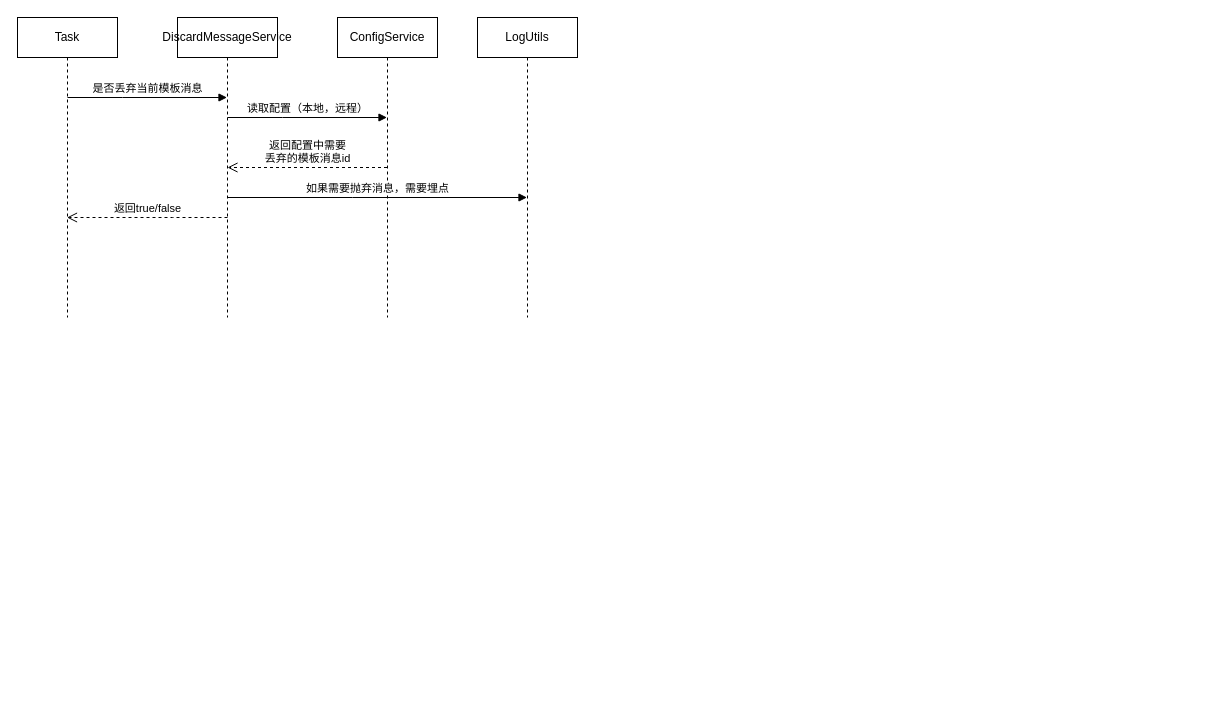
Earlier version of the draw.io diagram austin流程分析.drawio (moonckk/drawio). Source tidied: cells renumbered, new cells numbered last; positions are measured from the earlier drawing's top-left corner, leaving out a move shared by most shapes. Both pictures are drawn from the tidied source at 100%, with x=0, y=0 at pixel (17, 17).
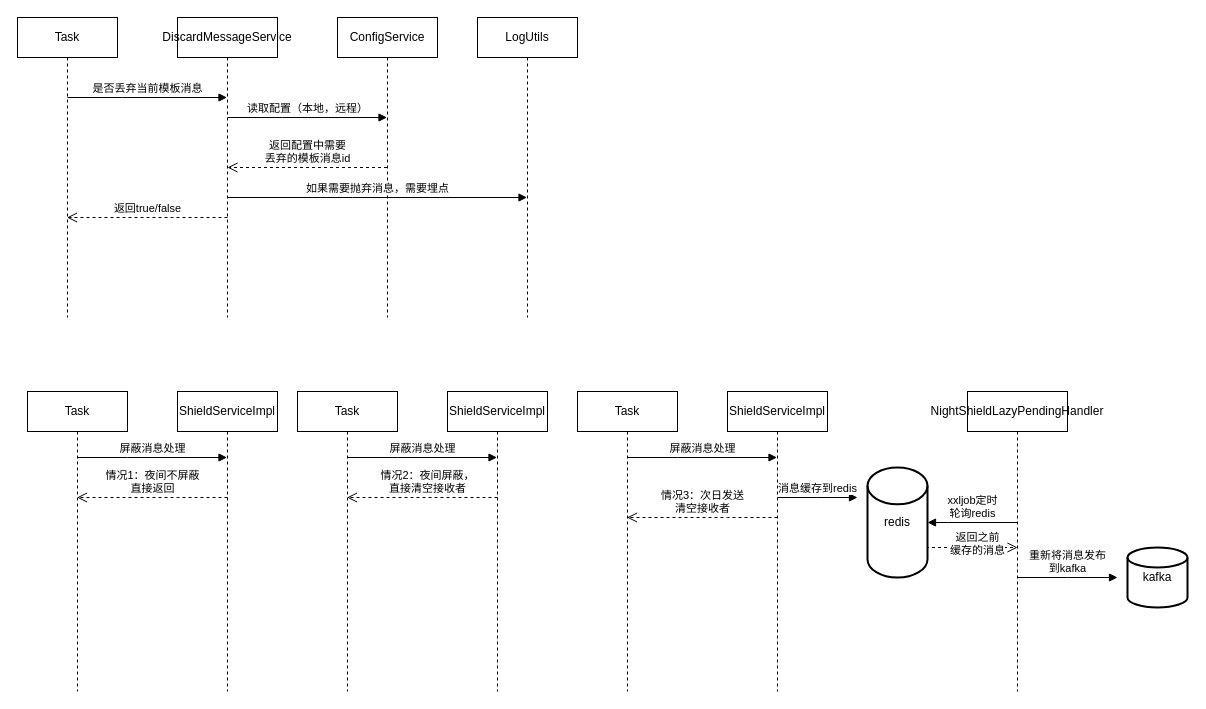
The same diagram, later.

Commit message (it also covers changes not shown here):
更新austin流程分析.drawio

Diff of the diagram source:
```diff
@@
+    <mxCell id="11" value="Task" style="shape=umlLifeline;perimeter=lifelinePerimeter;whiteSpace=wrap;html=1;outlineConnect=0;portConstraint=eastwest;newEdgeStyle={&quot;edgeStyle&quot;:&quot;elbowEdgeStyle&quot;,&quot;elbow&quot;:&quot;vertical&quot;,&quot;curved&quot;:0,&quot;rounded&quot;:0};" parent="1" vertex="1">
+      <mxGeometry x="10" y="374" width="100" height="300" as="geometry" />
+    </mxCell>
+    <mxCell id="12" value="ShieldServiceImpl" style="shape=umlLifeline;perimeter=lifelinePerimeter;whiteSpace=wrap;html=1;outlineConnect=0;portConstraint=eastwest;newEdgeStyle={&quot;edgeStyle&quot;:&quot;elbowEdgeStyle&quot;,&quot;elbow&quot;:&quot;vertical&quot;,&quot;curved&quot;:0,&quot;rounded&quot;:0};" parent="1" vertex="1">
+      <mxGeometry x="160" y="374" width="100" height="300" as="geometry" />
+    </mxCell>
+    <mxCell id="13" value="屏蔽消息处理" style="html=1;verticalAlign=bottom;endArrow=block;edgeStyle=elbowEdgeStyle;elbow=vertical;curved=0;rounded=0;" parent="1" edge="1" target="12">
+      <mxGeometry relative="1" as="geometry">
+        <mxPoint x="60" y="440" as="sourcePoint" />
+      </mxGeometry>
+    </mxCell>
+    <mxCell id="14" value="情况1：夜间不屏蔽&lt;br&gt;直接返回" style="html=1;verticalAlign=bottom;endArrow=open;dashed=1;endSize=8;edgeStyle=elbowEdgeStyle;elbow=vertical;curved=0;rounded=0;" parent="1" edge="1" target="11">
+      <mxGeometry relative="1" as="geometry">
+        <mxPoint x="210" y="480" as="sourcePoint" />
+      </mxGeometry>
+    </mxCell>
+    <mxCell id="15" value="Task" style="shape=umlLifeline;perimeter=lifelinePerimeter;whiteSpace=wrap;html=1;outlineConnect=0;portConstraint=eastwest;newEdgeStyle={&quot;edgeStyle&quot;:&quot;elbowEdgeStyle&quot;,&quot;elbow&quot;:&quot;vertical&quot;,&quot;curved&quot;:0,&quot;rounded&quot;:0};" parent="1" vertex="1">
+      <mxGeometry x="280" y="374" width="100" height="300" as="geometry" />
+    </mxCell>
+    <mxCell id="16" value="ShieldServiceImpl" style="shape=umlLifeline;perimeter=lifelinePerimeter;whiteSpace=wrap;html=1;outlineConnect=0;portConstraint=eastwest;newEdgeStyle={&quot;edgeStyle&quot;:&quot;elbowEdgeStyle&quot;,&quot;elbow&quot;:&quot;vertical&quot;,&quot;curved&quot;:0,&quot;rounded&quot;:0};" parent="1" vertex="1">
+      <mxGeometry x="430" y="374" width="100" height="300" as="geometry" />
+    </mxCell>
+    <mxCell id="17" value="屏蔽消息处理" style="html=1;verticalAlign=bottom;endArrow=block;edgeStyle=elbowEdgeStyle;elbow=vertical;curved=0;rounded=0;" parent="1" edge="1" target="16">
+      <mxGeometry relative="1" as="geometry">
+        <mxPoint x="330" y="440" as="sourcePoint" />
+      </mxGeometry>
+    </mxCell>
+    <mxCell id="18" value="情况2：夜间屏蔽，&lt;br&gt;直接清空接收者" style="html=1;verticalAlign=bottom;endArrow=open;dashed=1;endSize=8;edgeStyle=elbowEdgeStyle;elbow=vertical;curved=0;rounded=0;" parent="1" edge="1" target="15">
+      <mxGeometry x="-0.07" relative="1" as="geometry">
+        <mxPoint x="480" y="480" as="sourcePoint" />
+        <Array as="points">
+          <mxPoint x="450" y="480" />
+        </Array>
+      </mxGeometry>
+    </mxCell>
+    <mxCell id="19" value="Task" style="shape=umlLifeline;perimeter=lifelinePerimeter;whiteSpace=wrap;html=1;outlineConnect=0;portConstraint=eastwest;newEdgeStyle={&quot;edgeStyle&quot;:&quot;elbowEdgeStyle&quot;,&quot;elbow&quot;:&quot;vertical&quot;,&quot;curved&quot;:0,&quot;rounded&quot;:0};" parent="1" vertex="1">
+      <mxGeometry x="560" y="374" width="100" height="300" as="geometry" />
+    </mxCell>
+    <mxCell id="20" value="ShieldServiceImpl" style="shape=umlLifeline;perimeter=lifelinePerimeter;whiteSpace=wrap;html=1;outlineConnect=0;portConstraint=eastwest;newEdgeStyle={&quot;edgeStyle&quot;:&quot;elbowEdgeStyle&quot;,&quot;elbow&quot;:&quot;vertical&quot;,&quot;curved&quot;:0,&quot;rounded&quot;:0};" parent="1" vertex="1">
+      <mxGeometry x="710" y="374" width="100" height="300" as="geometry" />
+    </mxCell>
+    <mxCell id="21" value="屏蔽消息处理" style="html=1;verticalAlign=bottom;endArrow=block;edgeStyle=elbowEdgeStyle;elbow=vertical;curved=0;rounded=0;" parent="1" edge="1" target="20">
+      <mxGeometry relative="1" as="geometry">
+        <mxPoint x="610" y="440" as="sourcePoint" />
+      </mxGeometry>
+    </mxCell>
+    <mxCell id="22" value="redis" style="strokeWidth=2;html=1;shape=mxgraph.flowchart.database;whiteSpace=wrap;" parent="1" vertex="1">
+      <mxGeometry x="850" y="450" width="60" height="110" as="geometry" />
+    </mxCell>
+    <mxCell id="23" value="消息缓存到redis" style="html=1;verticalAlign=bottom;endArrow=block;edgeStyle=elbowEdgeStyle;elbow=vertical;curved=0;rounded=0;" parent="1" edge="1">
+      <mxGeometry relative="1" as="geometry">
+        <mxPoint x="760" y="480" as="sourcePoint" />
+        <mxPoint x="840" y="480" as="targetPoint" />
+      </mxGeometry>
+    </mxCell>
+    <mxCell id="24" value="情况3：次日发送&lt;br&gt;清空接收者" style="html=1;verticalAlign=bottom;endArrow=open;dashed=1;endSize=8;edgeStyle=elbowEdgeStyle;elbow=vertical;curved=0;rounded=0;" parent="1" edge="1" target="19">
+      <mxGeometry relative="1" as="geometry">
+        <mxPoint x="760" y="500" as="sourcePoint" />
+      </mxGeometry>
+    </mxCell>
+    <mxCell id="25" value="NightShieldLazyPendingHandler" style="shape=umlLifeline;perimeter=lifelinePerimeter;whiteSpace=wrap;html=1;outlineConnect=0;portConstraint=eastwest;newEdgeStyle={&quot;edgeStyle&quot;:&quot;elbowEdgeStyle&quot;,&quot;elbow&quot;:&quot;vertical&quot;,&quot;curved&quot;:0,&quot;rounded&quot;:0};" parent="1" vertex="1">
+      <mxGeometry x="950" y="374" width="100" height="300" as="geometry" />
+    </mxCell>
+    <mxCell id="26" value="xxljob定时&lt;br&gt;轮询redis" style="html=1;verticalAlign=bottom;endArrow=block;edgeStyle=elbowEdgeStyle;elbow=vertical;curved=0;rounded=0;entryX=1;entryY=0.5;entryDx=0;entryDy=0;entryPerimeter=0;" parent="1" edge="1" source="25" target="22">
+      <mxGeometry x="0.01" relative="1" as="geometry" />
+    </mxCell>
+    <mxCell id="27" value="返回之前&lt;br&gt;缓存的消息" style="html=1;verticalAlign=bottom;endArrow=open;dashed=1;endSize=8;edgeStyle=elbowEdgeStyle;elbow=vertical;curved=0;rounded=0;exitX=1;exitY=0.85;exitDx=0;exitDy=0;exitPerimeter=0;" parent="1" edge="1" source="22">
+      <mxGeometry x="-0.96" y="-50" relative="1" as="geometry">
+        <mxPoint x="1000" y="530" as="targetPoint" />
+        <Array as="points">
+          <mxPoint x="930" y="530" />
+          <mxPoint x="950" y="480" />
+          <mxPoint x="990" y="500" />
+        </Array>
+      </mxGeometry>
+    </mxCell>
+    <mxCell id="28" value="重新将消息发布&lt;br&gt;到kafka" style="html=1;verticalAlign=bottom;endArrow=block;edgeStyle=elbowEdgeStyle;elbow=vertical;curved=0;rounded=0;" parent="1" edge="1">
+      <mxGeometry relative="1" as="geometry">
+        <mxPoint x="1000" y="560" as="sourcePoint" />
+        <mxPoint x="1100" y="560" as="targetPoint" />
+      </mxGeometry>
+    </mxCell>
+    <mxCell id="29" value="kafka" style="strokeWidth=2;html=1;shape=mxgraph.flowchart.database;whiteSpace=wrap;" parent="1" vertex="1">
+      <mxGeometry x="1110" y="530" width="60" height="60" as="geometry" />
+    </mxCell>
```
